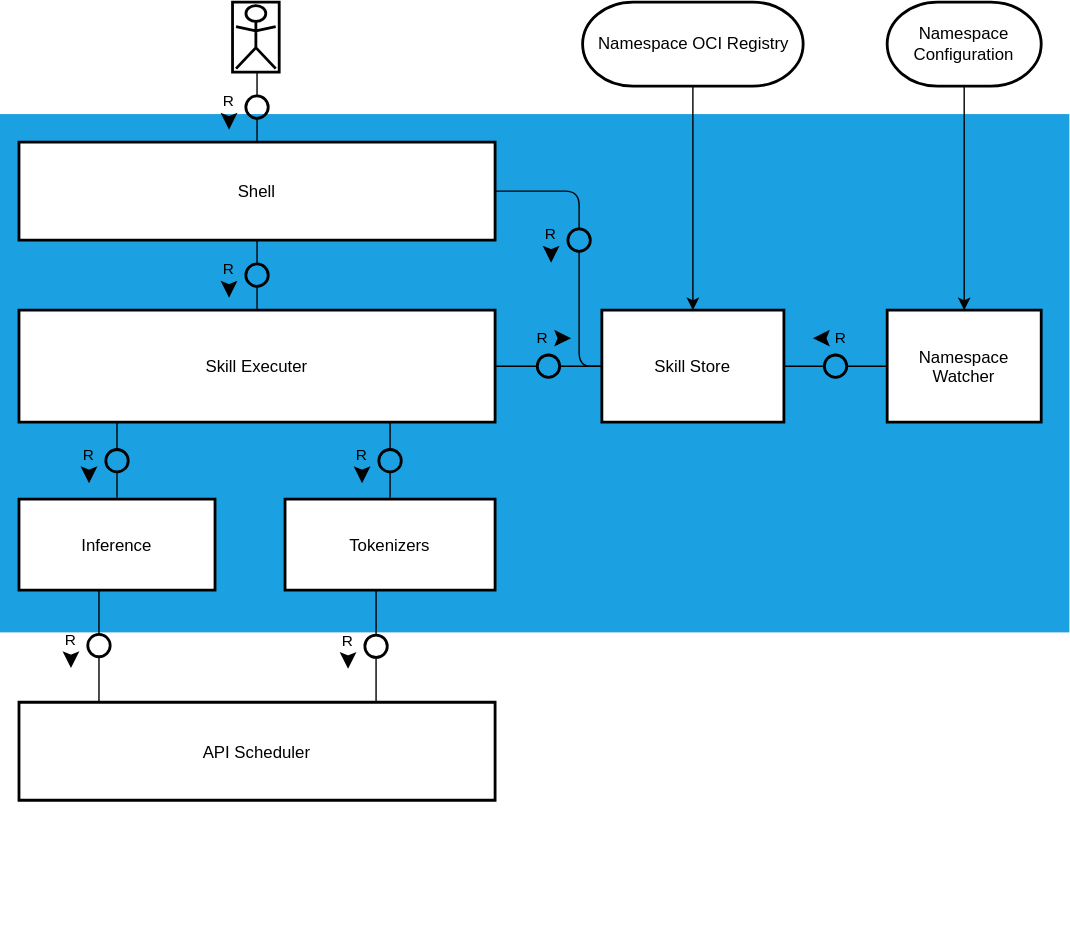
Earlier version of the draw.io export tam/actors-block.drawio.svg (Aleph-Alpha/pharia-engine). Source tidied: cells renumbered, new cells last; positions are measured from the earlier drawing's top-left corner, leaving out a move shared by most shapes.
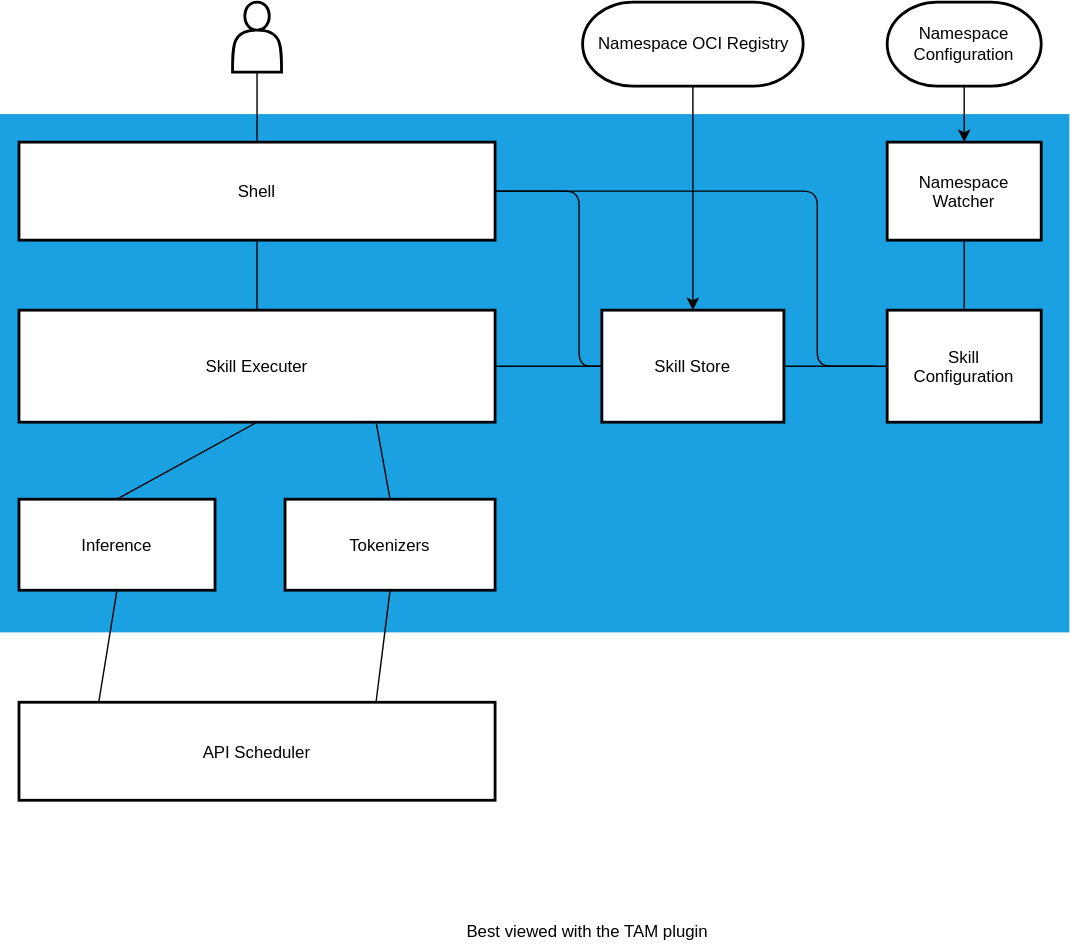
The same diagram one commit later.

Commit message:
docs: update actor diagram

The edit, as a diff of the source:
```diff
@@ -48,9 +48,9 @@
       <mxGeometry x="634" width="110" height="60" as="geometry" />
     </mxCell>
     <mxCell id="17" value="Namespace&#10;Watcher" style="shape=agent;offsetSize=8;strokeWidth=2;" parent="1" vertex="1">
-      <mxGeometry x="634" y="220" width="110" height="80" as="geometry" />
+      <mxGeometry x="634" y="100" width="110" height="70" as="geometry" />
     </mxCell>
-    <mxCell id="18" style="shape=useedge;endArrow=none;edgeStyle=none;useSignPosition=up;useSignDirection=east;exitX=0;exitY=0.5;exitDx=0;exitDy=0;entryX=1;entryY=0.5;entryDx=0;entryDy=0;" parent="1" edge="1" source="17" target="5">
+    <mxCell id="18" style="shape=useedge;endArrow=none;edgeStyle=none;useSignPosition=up;useSignDirection=east;exitX=0;exitY=0.5;exitDx=0;exitDy=0;entryX=1;entryY=0.5;entryDx=0;entryDy=0;" parent="1" edge="1" source="25" target="5">
       <mxGeometry relative="1" as="geometry" />
     </mxCell>
     <mxCell id="19" style="edgeStyle=elbowEdgeStyle;html=1;labelBackgroundColor=none;rounded=1;elbow=vertical;endArrow=classic;endFill=1;align=center;exitX=0.5;exitY=1;exitDx=0;exitDy=0;entryX=0.5;entryY=0;entryDx=0;entryDy=0;" parent="1" edge="1" source="16" target="17">
@@ -75,5 +75,20 @@
     <mxCell id="24" style="shape=useedge;vertical=true;edgeStyle=none;endArrow=none;useSignPosition=left;useSignDirection=south;entryX=0.5;entryY=1;entryDx=0;entryDy=0;exitX=0.5;exitY=0;exitDx=0;exitDy=0;" parent="1" edge="1" source="20" target="23">
       <mxGeometry relative="1" as="geometry" />
     </mxCell>
+    <mxCell id="25" value="Skill&#10;Configuration" style="shape=agent;offsetSize=8;strokeWidth=2;" parent="1" vertex="1">
+      <mxGeometry x="634" y="220" width="110" height="80" as="geometry" />
+    </mxCell>
+    <mxCell id="26" style="shape=useedge;endArrow=none;edgeStyle=none;useSignPosition=up;useSignDirection=east;exitX=0.5;exitY=0;exitDx=0;exitDy=0;entryX=0.5;entryY=1;entryDx=0;entryDy=0;" parent="1" edge="1" source="25" target="17">
+      <mxGeometry relative="1" as="geometry" />
+    </mxCell>
+    <mxCell id="27" style="shape=useedge;endArrow=none;edgeStyle=orthogonalEdgeStyle;useSignPosition=up;useSignDirection=east;entryX=1;entryY=0.5;entryDx=0;entryDy=0;" parent="1" edge="1" target="20">
+      <mxGeometry relative="1" as="geometry">
+        <mxPoint x="624" y="260" as="sourcePoint" />
+        <Array as="points">
+          <mxPoint x="584" y="260" />
+          <mxPoint x="584" y="135" />
+        </Array>
+      </mxGeometry>
+    </mxCell>
   </root>
 </mxGraphModel>
```
